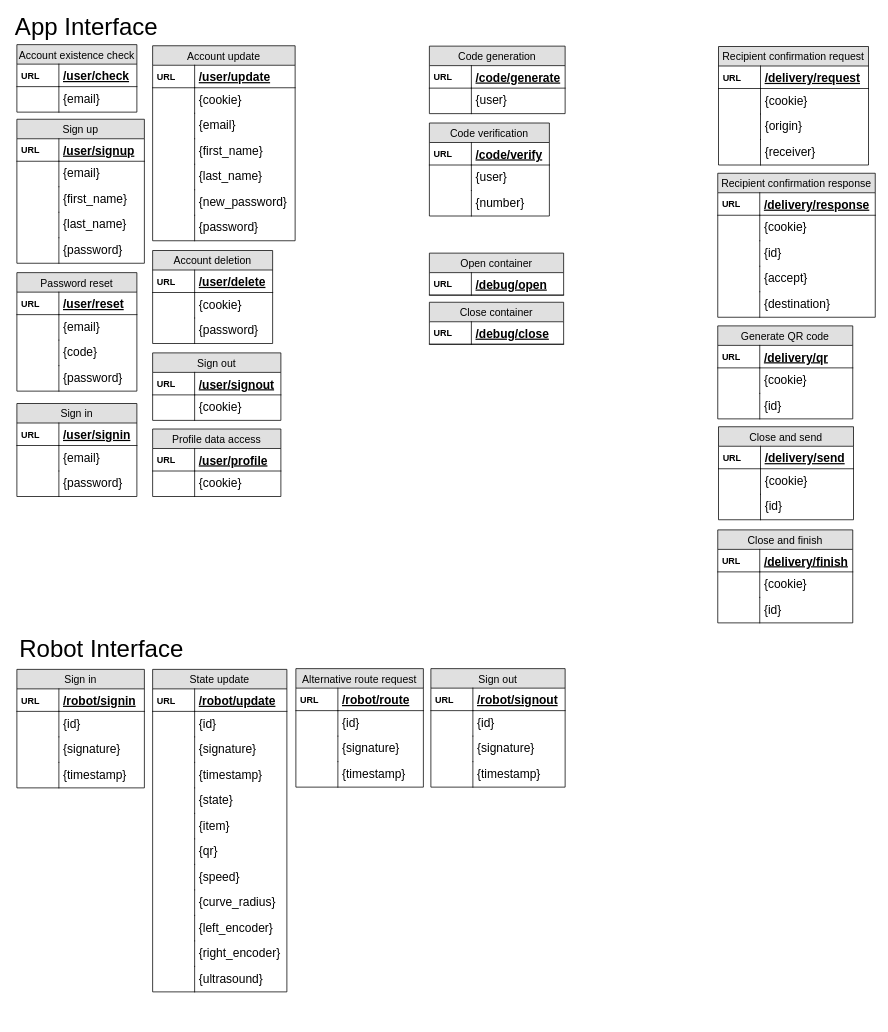
The draw.io diagram server/modeling/Server Modelling.drawio in developedby/DLVR, before the edit. Source tidied: cells renumbered, new cells numbered last; positions are measured from the earlier drawing's top-left corner, leaving out a move shared by most shapes. Both pictures are drawn from the tidied source at 75%, with x=0, y=0 at pixel (13, 20).
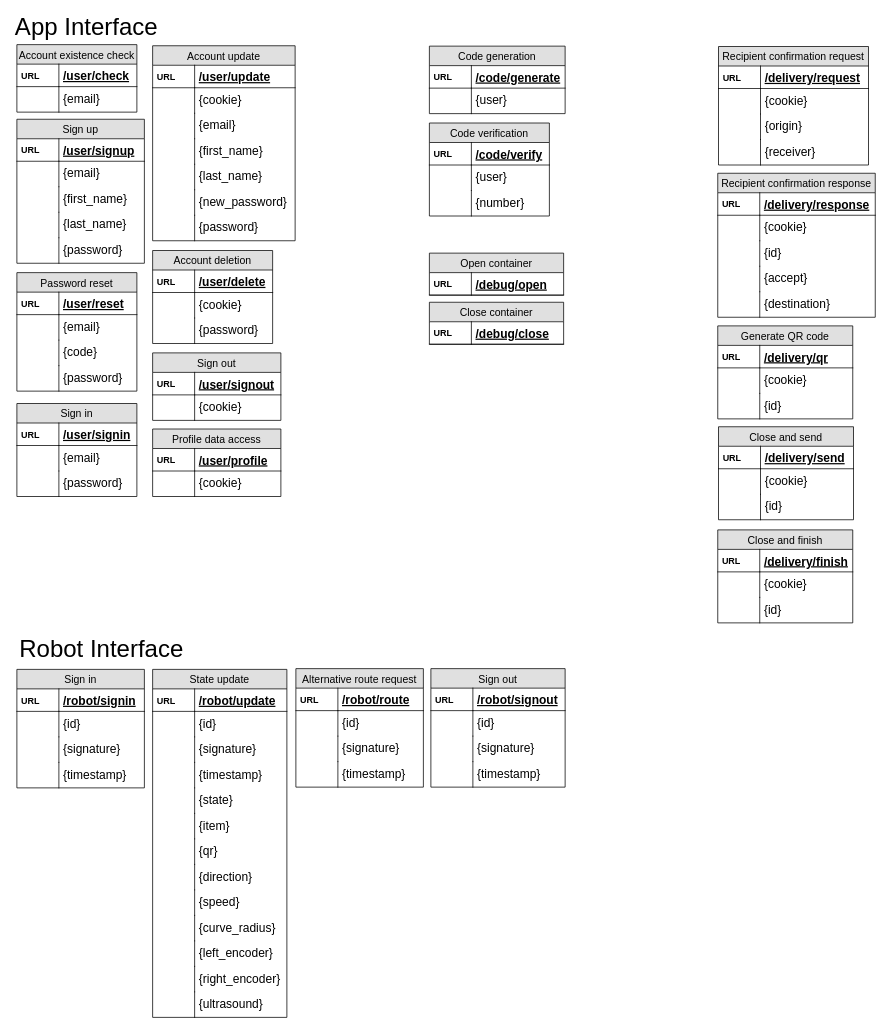
Above is the later version.

What changed in the source:
```diff
@@
     <mxCell id="136" value="State update" style="swimlane;fontStyle=0;horizontal=1;startSize=26;fillColor=#e0e0e0;swimlaneFillColor=#ffffff;align=center;fontSize=14;" parent="1" vertex="1">
-      <mxGeometry x="186" y="866" width="179" height="430" as="geometry" />
+      <mxGeometry x="186" y="866" width="179" height="464" as="geometry" />
     </mxCell>
@@
+    <mxCell id="179" value="{direction}" style="shape=partialRectangle;top=0;left=0;right=0;bottom=0;align=left;verticalAlign=top;fillColor=none;spacingLeft=60;spacingRight=4;overflow=hidden;fontSize=16;" parent="136" vertex="1">
+      <mxGeometry y="260" width="179" height="34" as="geometry" />
+    </mxCell>
+    <mxCell id="180" style="shape=partialRectangle;top=0;left=0;bottom=0;fillColor=none;align=left;verticalAlign=top;spacingLeft=4;spacingRight=4;overflow=hidden;fontSize=12;" parent="179" vertex="1">
+      <mxGeometry width="56" height="34" as="geometry" />
+    </mxCell>
     <mxCell id="151" value="{speed}" style="shape=partialRectangle;top=0;left=0;right=0;bottom=0;align=left;verticalAlign=top;fillColor=none;spacingLeft=60;spacingRight=4;overflow=hidden;fontSize=16;" parent="136" vertex="1">
-      <mxGeometry y="260" width="179" height="34" as="geometry" />
+      <mxGeometry y="294" width="179" height="34" as="geometry" />
     </mxCell>
@@
     <mxCell id="153" value="{curve_radius}" style="shape=partialRectangle;top=0;left=0;right=0;bottom=0;align=left;verticalAlign=top;fillColor=none;spacingLeft=60;spacingRight=4;overflow=hidden;fontSize=16;" parent="136" vertex="1">
-      <mxGeometry y="294" width="179" height="34" as="geometry" />
+      <mxGeometry y="328" width="179" height="34" as="geometry" />
     </mxCell>
@@
     <mxCell id="155" value="{left_encoder}" style="shape=partialRectangle;top=0;left=0;right=0;bottom=0;align=left;verticalAlign=top;fillColor=none;spacingLeft=60;spacingRight=4;overflow=hidden;fontSize=16;" parent="136" vertex="1">
-      <mxGeometry y="328" width="179" height="34" as="geometry" />
+      <mxGeometry y="362" width="179" height="34" as="geometry" />
     </mxCell>
@@
     <mxCell id="157" value="{right_encoder}" style="shape=partialRectangle;top=0;left=0;right=0;bottom=0;align=left;verticalAlign=top;fillColor=none;spacingLeft=60;spacingRight=4;overflow=hidden;fontSize=16;" parent="136" vertex="1">
-      <mxGeometry y="362" width="179" height="34" as="geometry" />
+      <mxGeometry y="396" width="179" height="34" as="geometry" />
     </mxCell>
@@
     <mxCell id="159" value="{ultrasound}" style="shape=partialRectangle;top=0;left=0;right=0;bottom=0;align=left;verticalAlign=top;fillColor=none;spacingLeft=60;spacingRight=4;overflow=hidden;fontSize=16;" parent="136" vertex="1">
-      <mxGeometry y="396" width="179" height="34" as="geometry" />
+      <mxGeometry y="430" width="179" height="34" as="geometry" />
     </mxCell>
```
